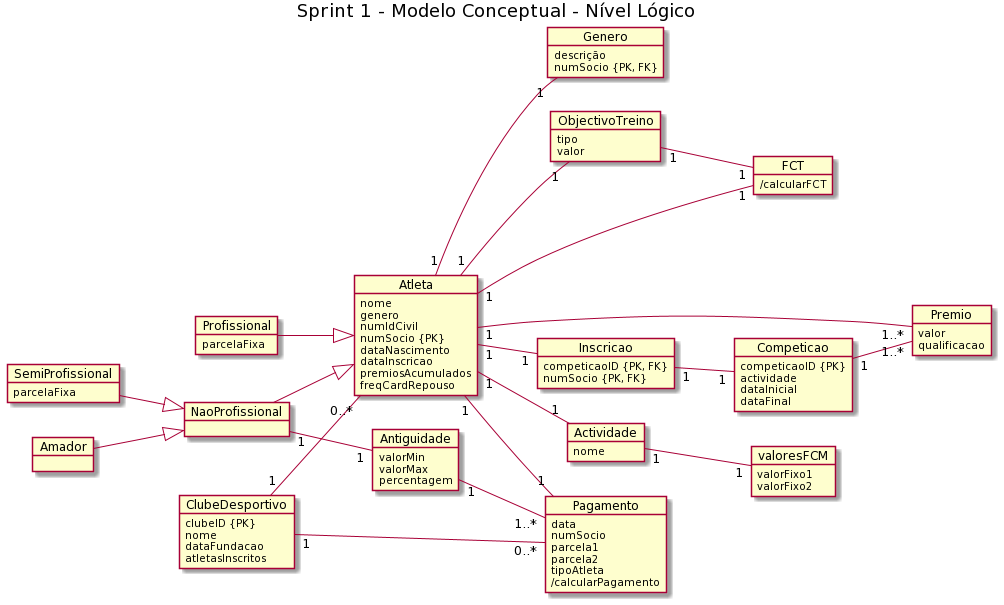
PedroVieiraMiguez/base-dados keeps this PlantUML diagram as V3/Modelo Conceptual - Nivel Logico V3.png. Above is the earlier version. The source it was exported from:
```plantuml
@startuml
left to right direction

title Sprint 1 - Modelo Conceptual - Nível Lógico

object ClubeDesportivo{
    clubeID {PK}
    nome
    dataFundacao
    atletasInscritos
}

object Atleta{
    nome
    genero
    numIdCivil
    numSocio {PK}
    dataNascimento
    dataInscricao
    premiosAcumulados
    freqCardRepouso
}

object Genero{
    descrição
    numSocio {PK, FK}
}

object Antiguidade{
    valorMin
    valorMax
    percentagem
}

object valoresFCM{
    valorFixo1
    valorFixo2
}

object FCT{
    /calcularFCT
}

object ObjectivoTreino {
    tipo
    valor
}

object Competicao {
    competicaoID {PK}
    actividade
    dataInicial
    dataFinal
}

object Inscricao {
    competicaoID {PK, FK}
    numSocio {PK, FK}
}

object Pagamento {
    data
    numSocio
    parcela1
    parcela2
    tipoAtleta
    /calcularPagamento
}

object Premio {
    valor
    qualificacao
}

object Profissional{
    parcelaFixa
}

object NaoProfissional{
}

object SemiProfissional{
    parcelaFixa
}

object Amador{

}

object Actividade {
    nome
}

ClubeDesportivo"1"--"0..*"Atleta
ClubeDesportivo"1"--"0..*"Pagamento
Atleta"1"--"1"Pagamento
Profissional--|>Atleta
Amador--|>NaoProfissional
SemiProfissional--|>NaoProfissional
NaoProfissional--|>Atleta
Atleta"1"--"1"Actividade
Competicao"1"--"1..*"Premio
Atleta"1"--"1..*"Premio
FCT"1"--"1"Atleta
NaoProfissional"1"--"1"Antiguidade
Atleta"1"--"1"ObjectivoTreino
Antiguidade"1"--"1..*"Pagamento
Actividade"1"--"1"valoresFCM
ObjectivoTreino"1"--"1"FCT
Atleta"1"--"1"Genero
Atleta"1"--"1"Inscricao
Inscricao"1"--"1"Competicao
@enduml
```
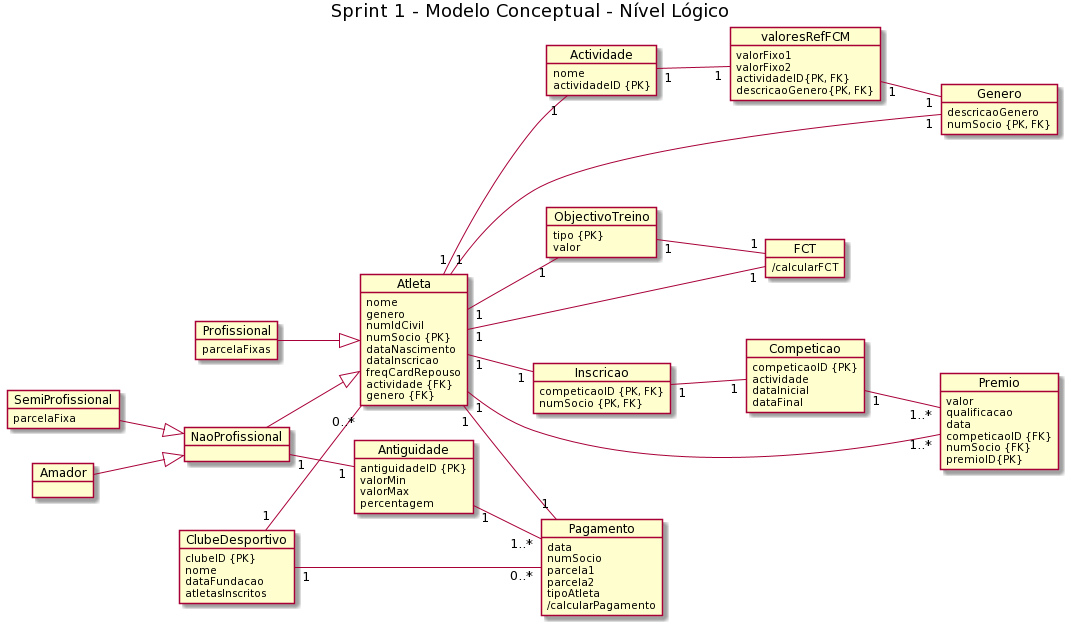
The same diagram one commit later.

Change to the diagram source:
```diff
@@ -17,24 +17,28 @@
     numSocio {PK}
     dataNascimento
     dataInscricao
-    premiosAcumulados
     freqCardRepouso
+    actividade {FK}
+    genero {FK}
 }
 
 object Genero{
-    descrição
+    descricaoGenero
     numSocio {PK, FK}
 }
 
 object Antiguidade{
+    antiguidadeID {PK}
     valorMin
     valorMax
     percentagem
 }
 
-object valoresFCM{
+object valoresRefFCM{
     valorFixo1
     valorFixo2
+    actividadeID{PK, FK}
+    descricaoGenero{PK, FK}
 }
 
 object FCT{
@@ -42,7 +46,7 @@
 }
 
 object ObjectivoTreino {
-    tipo
+    tipo {PK}
     valor
 }
 
@@ -70,10 +74,14 @@
 object Premio {
     valor
     qualificacao
+    data
+    competicaoID {FK}
+    numSocio {FK}
+    premioID{PK}
 }
 
 object Profissional{
-    parcelaFixa
+    parcelaFixas
 }
 
 object NaoProfissional{
@@ -89,6 +97,7 @@
 
 object Actividade {
     nome
+    actividadeID {PK}
 }
 
 ClubeDesportivo"1"--"0..*"Atleta
@@ -105,9 +114,10 @@
 NaoProfissional"1"--"1"Antiguidade
 Atleta"1"--"1"ObjectivoTreino
 Antiguidade"1"--"1..*"Pagamento
-Actividade"1"--"1"valoresFCM
+Actividade"1"--"1"valoresRefFCM
 ObjectivoTreino"1"--"1"FCT
 Atleta"1"--"1"Genero
 Atleta"1"--"1"Inscricao
 Inscricao"1"--"1"Competicao
+valoresRefFCM"1"--"1"Genero
 @enduml
```
